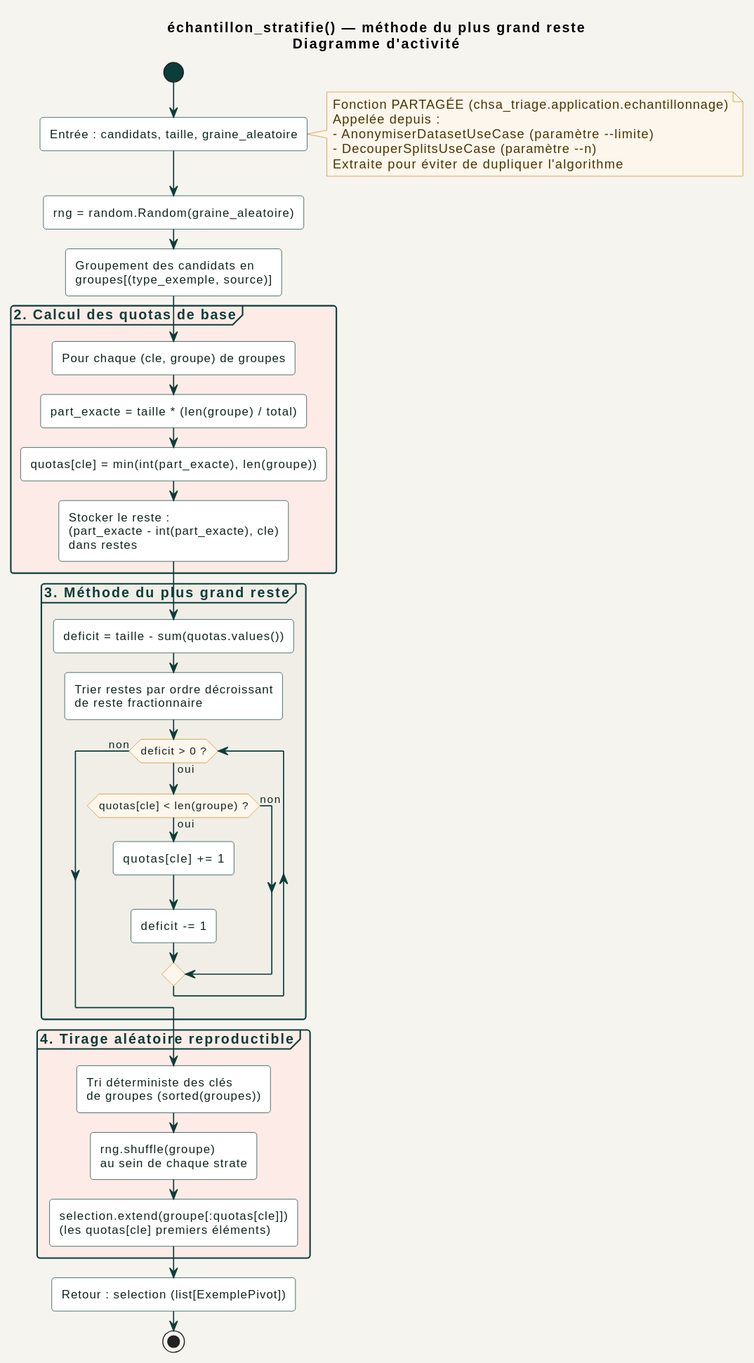
This is docs/diagrams/02_etape1_donnees/activite/echantillonnage_stratifie.svg from racemartin/m14_ocr, a PlantUML export, as it was before one commit.
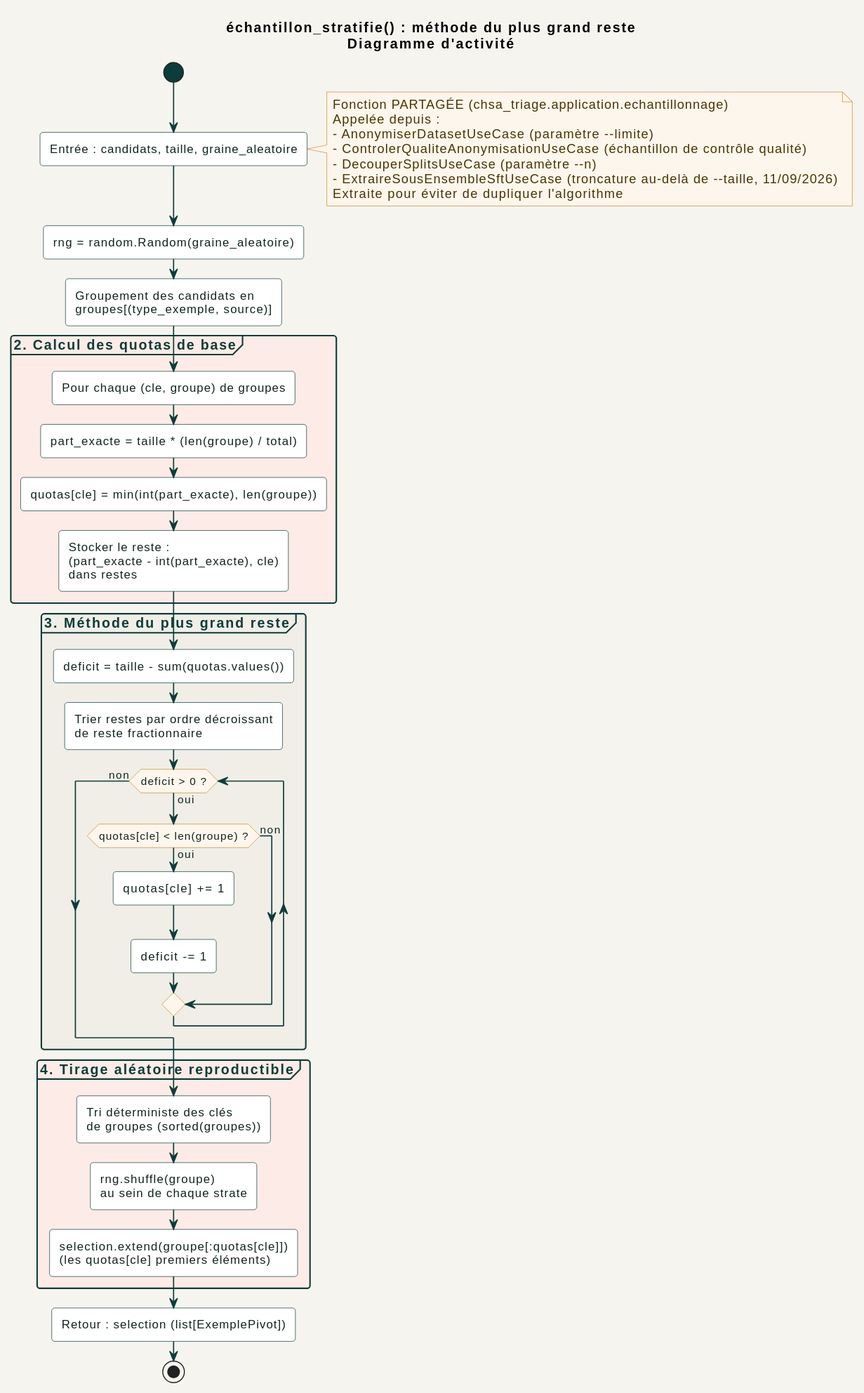
After the commit.

What changed in the source:
```diff
@@ -1,7 +1,7 @@
 @startuml
 !include ../../_common/estilo.iuml
 
-title échantillon_stratifie() — méthode du plus grand reste\nDiagramme d'activité
+title échantillon_stratifie() : méthode du plus grand reste\nDiagramme d'activité
 
 start
 
@@ -10,7 +10,9 @@
   Fonction PARTAGÉE (chsa_triage.application.echantillonnage)
   Appelée depuis :
   - AnonymiserDatasetUseCase (paramètre --limite)
+  - ControlerQualiteAnonymisationUseCase (échantillon de contrôle qualité)
   - DecouperSplitsUseCase (paramètre --n)
+  - ExtraireSousEnsembleSftUseCase (troncature au-delà de --taille, 11/09/2026)
   Extraite pour éviter de dupliquer l'algorithme
 end note
 :rng = random.Random(graine_aleatoire);
```
